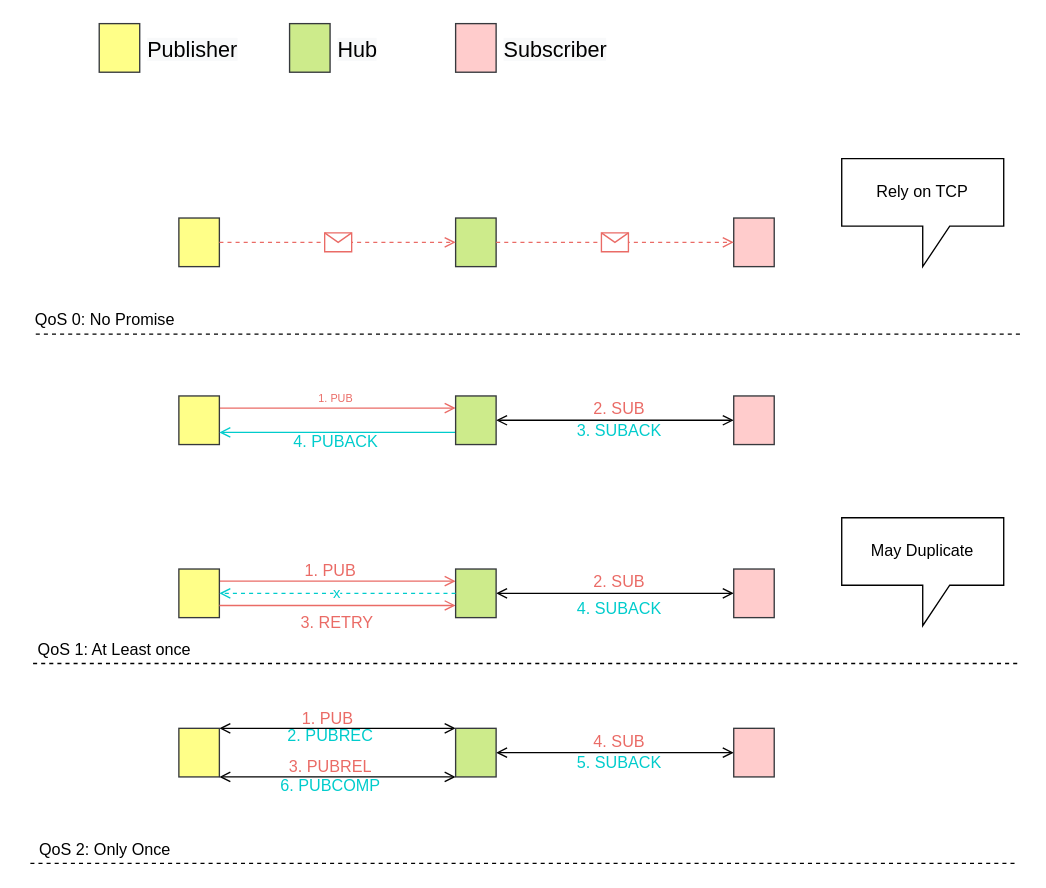
This is 2020/QoS.drawio from abserari/draw.io, a draw.io file, before an edit. Source tidied: cells renumbered, new cells numbered last; positions are measured from the earlier drawing's top-left corner, leaving out a move shared by most shapes. Both pictures are drawn from the tidied source at 135%, with x=0, y=0 at pixel (23, 23).
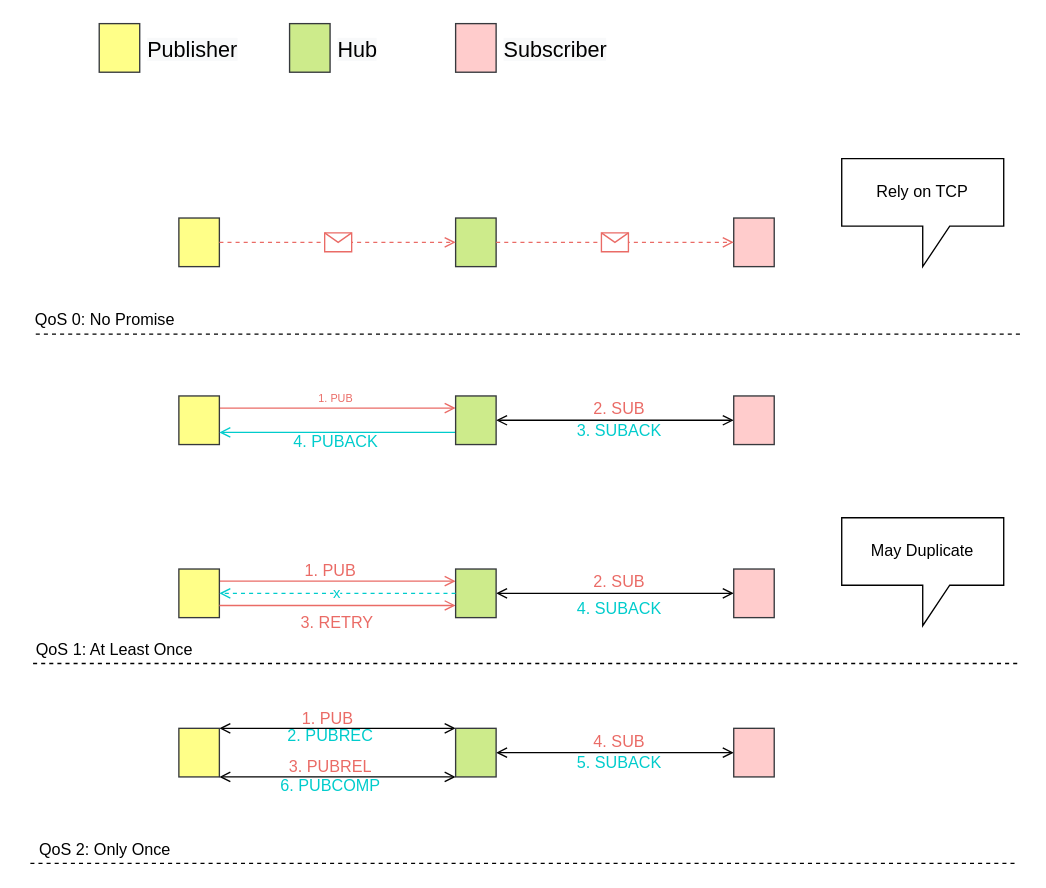
Above is the later version.

What changed in the source:
```diff
@@
-    <mxCell id="5" value="QoS 1: At Least once" style="text;html=1;align=center;verticalAlign=middle;" parent="1" vertex="1">
+    <mxCell id="5" value="QoS 1: At Least Once" style="text;html=1;align=center;verticalAlign=middle;" parent="1" vertex="1">
       <mxGeometry x="2" y="454" width="130" height="20" as="geometry" />
     </mxCell>
```
